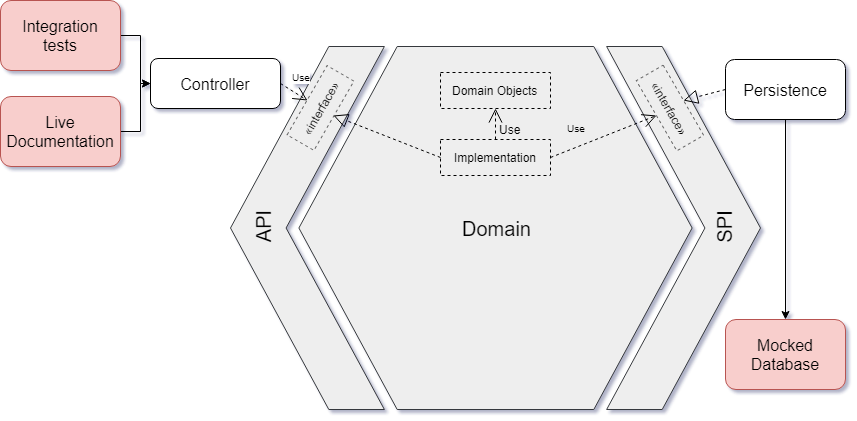
This is images/hexagon-component-tests.png from craftsrecords/talkadvisor-backend, a draw.io export, as it was before one commit. Source tidied: cells renumbered, new cells last; positions are measured from the earlier drawing's top-left corner, leaving out a move shared by most shapes.
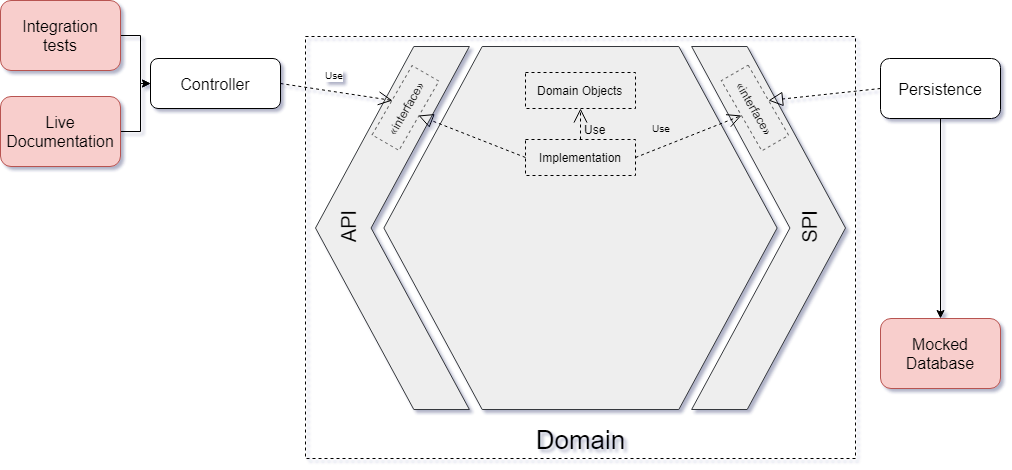
After the commit.

Change to the diagram source:
```diff
@@ -2,80 +2,86 @@
   <root>
     <mxCell id="0" />
     <mxCell id="1" parent="0" />
-    <mxCell id="2" style="group;comic=0;fontFamily=Helvetica;" parent="1" vertex="1">
-      <mxGeometry x="230" y="46" width="530" height="363" as="geometry" />
+    <mxCell id="2" style="rounded=0;whiteSpace=wrap;html=1;fillColor=none;gradientColor=#ffffff;dashed=1;comic=0;fontFamily=Helvetica;" parent="1" vertex="1">
+      <mxGeometry x="220" y="36" width="550" height="422" as="geometry" />
     </mxCell>
-    <mxCell id="3" style="group;comic=0;fontFamily=Helvetica;" parent="2" vertex="1">
-      <mxGeometry width="530" height="363" as="geometry" />
+    <mxCell id="3" style="group;comic=0;fontFamily=Helvetica;" parent="1" vertex="1">
+      <mxGeometry x="230" y="46" width="530" height="363" as="geometry" />
     </mxCell>
-    <mxCell id="4" style="shape=step;whiteSpace=wrap;html=1;size=0.6388888888888888;comic=0;fontFamily=Helvetica;fillColor=#eeeeee;strokeColor=#36393d;" parent="3" vertex="1">
-      <mxGeometry x="376.1" width="153.9" height="363" as="geometry" />
+    <mxCell id="4" style="group;comic=0;fontFamily=Helvetica;" parent="3" vertex="1">
+      <mxGeometry width="530" height="363" as="geometry" />
     </mxCell>
-    <mxCell id="5" style="shape=step;whiteSpace=wrap;html=1;size=0.6388888888888888;rotation=180;comic=0;fontFamily=Helvetica;fillColor=#eeeeee;strokeColor=#36393d;" parent="3" vertex="1">
-      <mxGeometry width="153.9" height="363" as="geometry" />
+    <mxCell id="5" style="shape=step;whiteSpace=wrap;html=1;size=0.6388888888888888;comic=0;fontFamily=Helvetica;fillColor=#eeeeee;strokeColor=#36393d;" parent="4" vertex="1">
+      <mxGeometry x="376.1" width="153.9" height="363" as="geometry" />
     </mxCell>
-    <mxCell id="6" value="&lt;font style=&quot;font-size: 20px&quot;&gt;Domain&lt;/font&gt;" style="shape=hexagon;perimeter=hexagonPerimeter;whiteSpace=wrap;html=1;fillColor=#eeeeee;strokeColor=#36393d;fontFamily=Helvetica;comic=0;" parent="3" vertex="1">
-      <mxGeometry x="68.4" width="393.2" height="363" as="geometry" />
+    <mxCell id="6" style="shape=step;whiteSpace=wrap;html=1;size=0.6388888888888888;rotation=180;comic=0;fontFamily=Helvetica;fillColor=#eeeeee;strokeColor=#36393d;" parent="4" vertex="1">
+      <mxGeometry width="153.9" height="363" as="geometry" />
     </mxCell>
-    <mxCell id="7" value="&lt;font style=&quot;font-size: 20px&quot;&gt;API&lt;/font&gt;" style="text;html=1;strokeColor=none;fillColor=none;align=center;verticalAlign=middle;whiteSpace=wrap;rotation=-90;fontFamily=Helvetica;comic=0;" parent="3" vertex="1">
-      <mxGeometry x="-0.3" y="166.6" width="65.7" height="29.1" as="geometry" />
+    <mxCell id="7" style="shape=hexagon;perimeter=hexagonPerimeter;whiteSpace=wrap;html=1;fillColor=#eeeeee;strokeColor=#36393d;fontFamily=Helvetica;comic=0;" parent="4" vertex="1">
+      <mxGeometry x="68.4" width="393.2" height="363" as="geometry" />
     </mxCell>
-    <mxCell id="8" value="&lt;font style=&quot;font-size: 20px&quot;&gt;SPI&lt;/font&gt;" style="text;html=1;align=center;verticalAlign=middle;spacingTop=-4;rotation=-90;fontSize=24;fontFamily=Helvetica;comic=0;" parent="3" vertex="1">
-      <mxGeometry x="470" y="165.5" width="50" height="30" as="geometry" />
+    <mxCell id="8" value="&lt;font style=&quot;font-size: 20px&quot;&gt;API&lt;/font&gt;" style="text;html=1;strokeColor=none;fillColor=none;align=center;verticalAlign=middle;whiteSpace=wrap;rotation=-90;fontFamily=Helvetica;comic=0;" parent="4" vertex="1">
+      <mxGeometry x="-0.3" y="166.6" width="65.7" height="29.1" as="geometry" />
     </mxCell>
-    <mxCell id="9" value="Implementation" style="html=1;rounded=0;shadow=0;glass=0;comic=0;strokeColor=#000000;fillColor=none;gradientColor=none;fontFamily=Helvetica;fontSize=12;dashed=1;" parent="3" vertex="1">
-      <mxGeometry x="210" y="93" width="110" height="36" as="geometry" />
+    <mxCell id="9" value="&lt;font style=&quot;font-size: 20px&quot;&gt;SPI&lt;/font&gt;" style="text;html=1;points=[];align=center;verticalAlign=middle;spacingTop=-4;rotation=-90;fontSize=24;fontFamily=Helvetica;comic=0;" parent="4" vertex="1">
+      <mxGeometry x="470" y="165.5" width="50" height="30" as="geometry" />
     </mxCell>
-    <mxCell id="10" value="&lt;font style=&quot;font-size: 12px&quot;&gt;Domain Objects&lt;/font&gt;" style="html=1;rounded=0;shadow=0;glass=0;comic=0;strokeColor=#000000;fillColor=none;gradientColor=none;fontFamily=Helvetica;fontSize=12;dashed=1;" parent="3" vertex="1">
-      <mxGeometry x="210" y="26" width="110" height="36" as="geometry" />
+    <mxCell id="10" value="Implementation" style="html=1;rounded=0;shadow=0;glass=0;comic=0;strokeColor=#000000;fillColor=none;gradientColor=none;fontFamily=Helvetica;fontSize=12;dashed=1;" parent="4" vertex="1">
+      <mxGeometry x="210" y="93" width="110" height="36" as="geometry" />
     </mxCell>
-    <mxCell id="11" value="Use" style="endArrow=open;endSize=12;dashed=1;html=1;labelBackgroundColor=none;fontFamily=Helvetica;fontSize=12;entryX=0.5;entryY=1;exitX=0.5;exitY=0;comic=0;" parent="3" edge="1" source="9" target="10">
-      <mxGeometry x="-0.36" y="-15" relative="1" as="geometry" />
+    <mxCell id="11" value="&lt;font style=&quot;font-size: 12px&quot;&gt;Domain Objects&lt;/font&gt;" style="html=1;rounded=0;shadow=0;glass=0;comic=0;strokeColor=#000000;fillColor=none;gradientColor=none;fontFamily=Helvetica;fontSize=12;dashed=1;" parent="4" vertex="1">
+      <mxGeometry x="210" y="26" width="110" height="36" as="geometry" />
     </mxCell>
-    <mxCell id="12" value="&lt;font style=&quot;font-size: 12px;&quot;&gt;«interface»&lt;/font&gt;&lt;br&gt;" style="html=1;comic=0;rotation=-60;fillColor=none;strokeColor=#666666;fontFamily=Helvetica;dashed=1;verticalAlign=middle;fontSize=12;" parent="2" vertex="1">
-      <mxGeometry x="50" y="46" width="80" height="31" as="geometry" />
+    <mxCell id="12" value="Use" style="endArrow=open;endSize=12;dashed=1;html=1;labelBackgroundColor=none;fontFamily=Helvetica;fontSize=12;entryX=0.5;entryY=1;exitX=0.5;exitY=0;comic=0;" parent="4" edge="1" source="10" target="11">
+      <mxGeometry x="-0.36" y="-15" relative="1" as="geometry" />
     </mxCell>
-    <mxCell id="13" value="&lt;font style=&quot;font-size: 12px;&quot;&gt;«interface»&lt;/font&gt;&lt;br&gt;" style="html=1;comic=0;rotation=60;fillColor=none;strokeColor=#666666;fontFamily=Helvetica;dashed=1;verticalAlign=middle;fontSize=12;" parent="2" vertex="1">
-      <mxGeometry x="399" y="46" width="81" height="31" as="geometry" />
+    <mxCell id="13" value="&lt;font style=&quot;font-size: 12px;&quot;&gt;«interface»&lt;/font&gt;&lt;br&gt;" style="html=1;comic=0;rotation=-60;fillColor=none;strokeColor=#666666;fontFamily=Helvetica;dashed=1;verticalAlign=middle;fontSize=12;" parent="3" vertex="1">
+      <mxGeometry x="50" y="46" width="80" height="31" as="geometry" />
     </mxCell>
-    <mxCell id="14" style="endArrow=block;dashed=1;endFill=0;endSize=12;html=1;fontFamily=Helvetica;fontSize=10;entryX=0.5;entryY=1;exitX=0;exitY=0.5;comic=0;" parent="2" edge="1" source="9" target="12">
-      <mxGeometry relative="1" as="geometry" />
+    <mxCell id="14" value="&lt;font style=&quot;font-size: 12px;&quot;&gt;«interface»&lt;/font&gt;&lt;br&gt;" style="html=1;comic=0;rotation=60;fillColor=none;strokeColor=#666666;fontFamily=Helvetica;dashed=1;verticalAlign=middle;fontSize=12;" parent="3" vertex="1">
+      <mxGeometry x="399" y="46" width="81" height="31" as="geometry" />
     </mxCell>
-    <mxCell id="15" style="edgeStyle=orthogonalEdgeStyle;rounded=0;comic=0;html=1;exitX=0.5;exitY=0;entryX=0.5;entryY=0;labelBackgroundColor=none;jettySize=auto;orthogonalLoop=1;fontFamily=Helvetica;fontSize=20;" parent="2" edge="1" source="12" target="12">
+    <mxCell id="15" style="endArrow=block;dashed=1;endFill=0;endSize=12;html=1;fontFamily=Helvetica;fontSize=10;entryX=0.5;entryY=1;exitX=0;exitY=0.5;comic=0;" parent="3" edge="1" source="10" target="13">
       <mxGeometry relative="1" as="geometry" />
     </mxCell>
-    <mxCell id="16" value="&lt;font style=&quot;font-size: 10px&quot;&gt;Use&lt;/font&gt;" style="endArrow=open;endSize=12;dashed=1;html=1;fontFamily=Helvetica;fontSize=18;exitX=1;exitY=0.5;entryX=0.5;entryY=1;labelBackgroundColor=none;comic=0;" parent="2" edge="1" source="9" target="13">
-      <mxGeometry x="-0.38" y="19" relative="1" as="geometry" />
+    <mxCell id="16" style="edgeStyle=orthogonalEdgeStyle;rounded=0;comic=0;html=1;exitX=0.5;exitY=0;entryX=0.5;entryY=0;labelBackgroundColor=none;jettySize=auto;orthogonalLoop=1;fontFamily=Helvetica;fontSize=20;" parent="3" edge="1" source="13" target="13">
+      <mxGeometry relative="1" as="geometry" />
     </mxCell>
-    <mxCell id="17" style="edgeStyle=orthogonalEdgeStyle;rounded=0;comic=0;html=1;exitX=1;exitY=0.5;entryX=0;entryY=0.5;labelBackgroundColor=none;jettySize=auto;fontFamily=Helvetica;fontSize=12;" parent="1" edge="1" source="18" target="20">
-      <mxGeometry relative="1" as="geometry" />
+    <mxCell id="17" value="&lt;font style=&quot;font-size: 10px&quot;&gt;Use&lt;/font&gt;" style="endArrow=open;endSize=12;dashed=1;html=1;fontFamily=Helvetica;fontSize=18;exitX=1;exitY=0.5;entryX=0.5;entryY=1;labelBackgroundColor=none;comic=0;" parent="3" edge="1" source="10" target="14">
+      <mxGeometry x="-0.38" y="19" relative="1" as="geometry" />
     </mxCell>
-    <mxCell id="18" value="&lt;font style=&quot;font-size: 16px&quot;&gt;Integration&lt;br&gt;tests&lt;/font&gt;" style="rounded=1;whiteSpace=wrap;html=1;shadow=0;glass=0;comic=0;strokeColor=#b85450;fillColor=#f8cecc;fontFamily=Helvetica;fontSize=10;" parent="1" vertex="1">
-      <mxGeometry width="120" height="70" as="geometry" />
+    <mxCell id="18" style="edgeStyle=orthogonalEdgeStyle;rounded=0;comic=0;html=1;exitX=1;exitY=0.5;entryX=0;entryY=0.5;labelBackgroundColor=none;jettySize=auto;fontFamily=Helvetica;fontSize=12;" parent="1" edge="1" source="19" target="21">
+      <mxGeometry relative="1" as="geometry" />
     </mxCell>
-    <mxCell id="19" value="Use" style="endArrow=open;endSize=12;dashed=1;html=1;fontFamily=Helvetica;fontSize=10;entryX=0.5;entryY=0;comic=0;exitX=1;exitY=0.5;" parent="1" edge="1" source="20" target="12">
-      <mxGeometry x="-0.08" y="16" relative="1" as="geometry" />
+    <mxCell id="19" value="&lt;font style=&quot;font-size: 16px&quot;&gt;Integration&lt;br&gt;tests&lt;/font&gt;" style="rounded=1;whiteSpace=wrap;html=1;shadow=0;glass=0;comic=0;strokeColor=#b85450;fillColor=#f8cecc;fontFamily=Helvetica;fontSize=10;" parent="1" vertex="1">
+      <mxGeometry x="-85" width="120" height="70" as="geometry" />
     </mxCell>
-    <mxCell id="20" value="&lt;span style=&quot;font-size: 16px&quot;&gt;Controller&lt;/span&gt;" style="rounded=1;whiteSpace=wrap;html=1;shadow=0;glass=0;comic=0;strokeColor=#000000;fillColor=#ffffff;fontFamily=Helvetica;fontSize=10;" parent="1" vertex="1">
-      <mxGeometry x="150" y="58" width="130" height="50" as="geometry" />
+    <mxCell id="20" value="Use" style="endArrow=open;endSize=12;dashed=1;html=1;fontFamily=Helvetica;fontSize=10;entryX=0.5;entryY=0;comic=0;exitX=1;exitY=0.5;" parent="1" edge="1" source="21" target="13">
+      <mxGeometry x="-0.08" y="16" relative="1" as="geometry" />
     </mxCell>
-    <mxCell id="21" style="edgeStyle=orthogonalEdgeStyle;rounded=0;comic=0;html=1;exitX=1;exitY=0.5;entryX=0;entryY=0.5;labelBackgroundColor=none;jettySize=auto;fontFamily=Helvetica;fontSize=12;" parent="1" edge="1" source="22" target="20">
-      <mxGeometry relative="1" as="geometry" />
+    <mxCell id="21" value="&lt;span style=&quot;font-size: 16px&quot;&gt;Controller&lt;/span&gt;" style="rounded=1;whiteSpace=wrap;html=1;shadow=0;glass=0;comic=0;strokeColor=#000000;fillColor=#ffffff;fontFamily=Helvetica;fontSize=10;" parent="1" vertex="1">
+      <mxGeometry x="65" y="58" width="130" height="50" as="geometry" />
     </mxCell>
-    <mxCell id="22" value="&lt;span style=&quot;font-size: 16px&quot;&gt;Live Documentation&lt;/span&gt;" style="rounded=1;whiteSpace=wrap;html=1;shadow=0;glass=0;comic=0;strokeColor=#b85450;fillColor=#f8cecc;fontFamily=Helvetica;fontSize=10;" parent="1" vertex="1">
-      <mxGeometry y="96" width="120" height="70" as="geometry" />
+    <mxCell id="22" style="edgeStyle=orthogonalEdgeStyle;rounded=0;comic=0;html=1;exitX=1;exitY=0.5;entryX=0;entryY=0.5;labelBackgroundColor=none;jettySize=auto;fontFamily=Helvetica;fontSize=12;" parent="1" edge="1" source="23" target="21">
+      <mxGeometry relative="1" as="geometry" />
     </mxCell>
-    <mxCell id="23" value="&lt;font style=&quot;font-size: 16px&quot;&gt;Persistence&lt;/font&gt;" style="rounded=1;whiteSpace=wrap;html=1;shadow=0;glass=0;comic=0;strokeColor=#000000;fillColor=#ffffff;fontFamily=Helvetica;fontSize=12;align=center;" parent="1" vertex="1">
-      <mxGeometry x="725" y="59" width="120" height="60" as="geometry" />
+    <mxCell id="23" value="&lt;span style=&quot;font-size: 16px&quot;&gt;Live Documentation&lt;/span&gt;" style="rounded=1;whiteSpace=wrap;html=1;shadow=0;glass=0;comic=0;strokeColor=#b85450;fillColor=#f8cecc;fontFamily=Helvetica;fontSize=10;" parent="1" vertex="1">
+      <mxGeometry x="-85" y="96" width="120" height="70" as="geometry" />
     </mxCell>
-    <mxCell id="24" style="endArrow=block;dashed=1;endFill=0;endSize=12;html=1;labelBackgroundColor=none;fontFamily=Helvetica;fontSize=12;exitX=0;exitY=0.5;entryX=0.5;entryY=0;comic=0;" parent="1" edge="1" source="23" target="13">
-      <mxGeometry relative="1" as="geometry" />
+    <mxCell id="24" value="&lt;font style=&quot;font-size: 16px&quot;&gt;Persistence&lt;/font&gt;" style="rounded=1;whiteSpace=wrap;html=1;shadow=0;glass=0;comic=0;strokeColor=#000000;fillColor=#ffffff;fontFamily=Helvetica;fontSize=12;align=center;" parent="1" vertex="1">
+      <mxGeometry x="795" y="58" width="120" height="60" as="geometry" />
     </mxCell>
-    <mxCell id="25" value="&lt;span style=&quot;font-size: 16px&quot;&gt;Mocked Database&lt;/span&gt;" style="rounded=1;whiteSpace=wrap;html=1;shadow=0;glass=0;comic=0;strokeColor=#b85450;fillColor=#f8cecc;fontFamily=Helvetica;fontSize=10;" parent="1" vertex="1">
-      <mxGeometry x="725" y="319" width="120" height="70" as="geometry" />
+    <mxCell id="25" style="endArrow=block;dashed=1;endFill=0;endSize=12;html=1;labelBackgroundColor=none;fontFamily=Helvetica;fontSize=12;exitX=0;exitY=0.5;entryX=0.5;entryY=0;comic=0;" parent="1" edge="1" source="24" target="14">
+      <mxGeometry relative="1" as="geometry" />
     </mxCell>
-    <mxCell id="26" style="edgeStyle=orthogonalEdgeStyle;rounded=0;comic=0;html=1;exitX=0.5;exitY=1;entryX=0.5;entryY=0;labelBackgroundColor=none;jettySize=auto;fontFamily=Helvetica;fontSize=12;" parent="1" edge="1" source="23" target="25">
-      <mxGeometry relative="1" as="geometry" />
+    <mxCell id="26" value="&lt;span style=&quot;font-size: 16px&quot;&gt;Mocked Database&lt;/span&gt;" style="rounded=1;whiteSpace=wrap;html=1;shadow=0;glass=0;comic=0;strokeColor=#b85450;fillColor=#f8cecc;fontFamily=Helvetica;fontSize=10;" parent="1" vertex="1">
+      <mxGeometry x="795" y="318" width="120" height="70" as="geometry" />
     </mxCell>
+    <mxCell id="27" style="edgeStyle=orthogonalEdgeStyle;rounded=0;comic=0;html=1;exitX=0.5;exitY=1;entryX=0.5;entryY=0;labelBackgroundColor=none;jettySize=auto;fontFamily=Helvetica;fontSize=12;" parent="1" edge="1" source="24" target="26">
+      <mxGeometry relative="1" as="geometry" />
+    </mxCell>
+    <mxCell id="28" value="&lt;span&gt;&lt;font style=&quot;font-size: 26px&quot;&gt;Domain&lt;/font&gt;&lt;/span&gt;" style="text;html=1;strokeColor=none;fillColor=none;align=center;verticalAlign=middle;whiteSpace=wrap;rounded=0;" parent="1" vertex="1">
+      <mxGeometry x="475" y="429" width="40" height="20" as="geometry" />
+    </mxCell>
   </root>
 </mxGraphModel>
```
